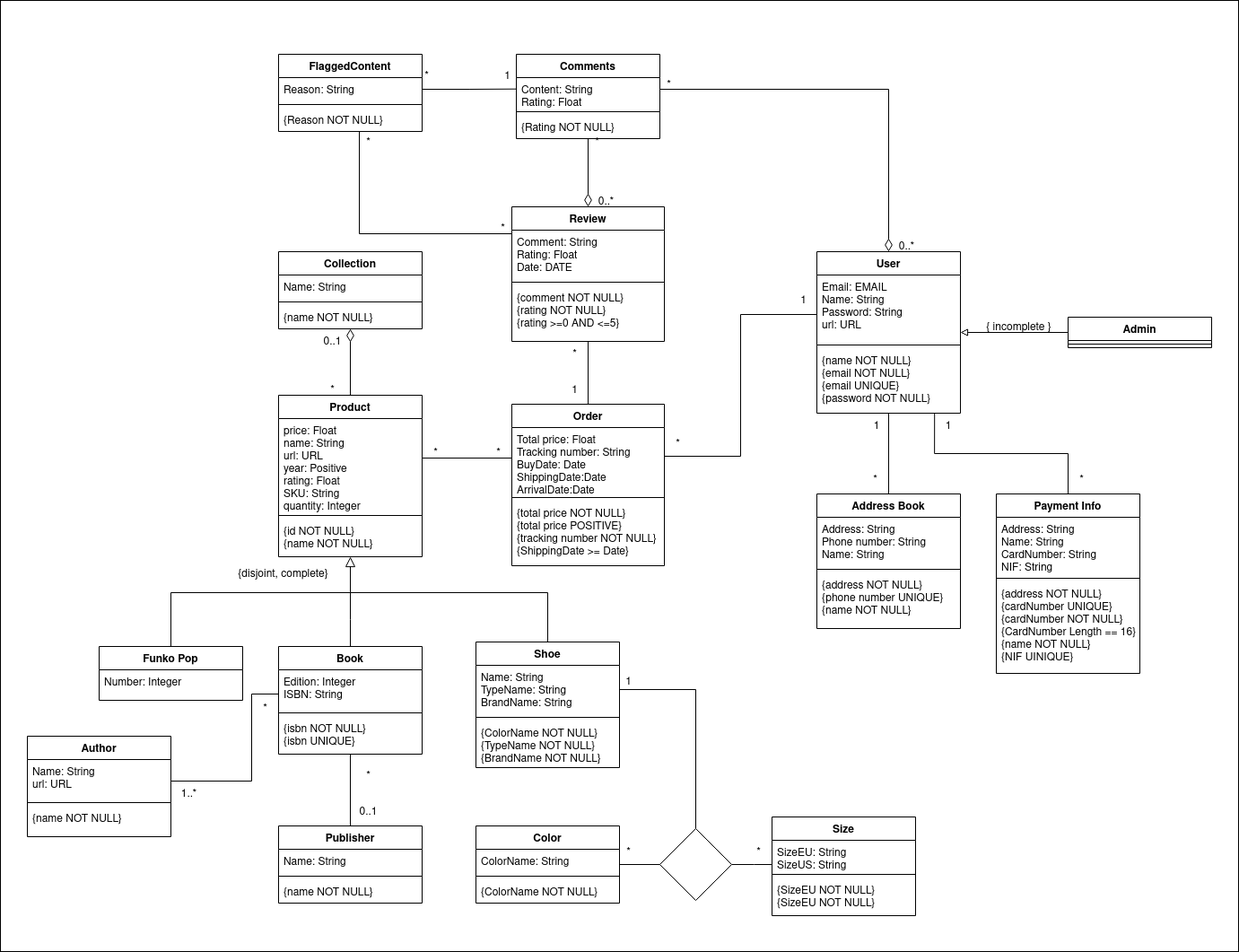
The draw.io diagram Docs/conceptualDiagram.png in ICWeiner/FEUP-LBAW, before a commit. Source tidied: cells renumbered, new cells last; positions are measured from the earlier drawing's top-left corner, leaving out a move shared by most shapes.
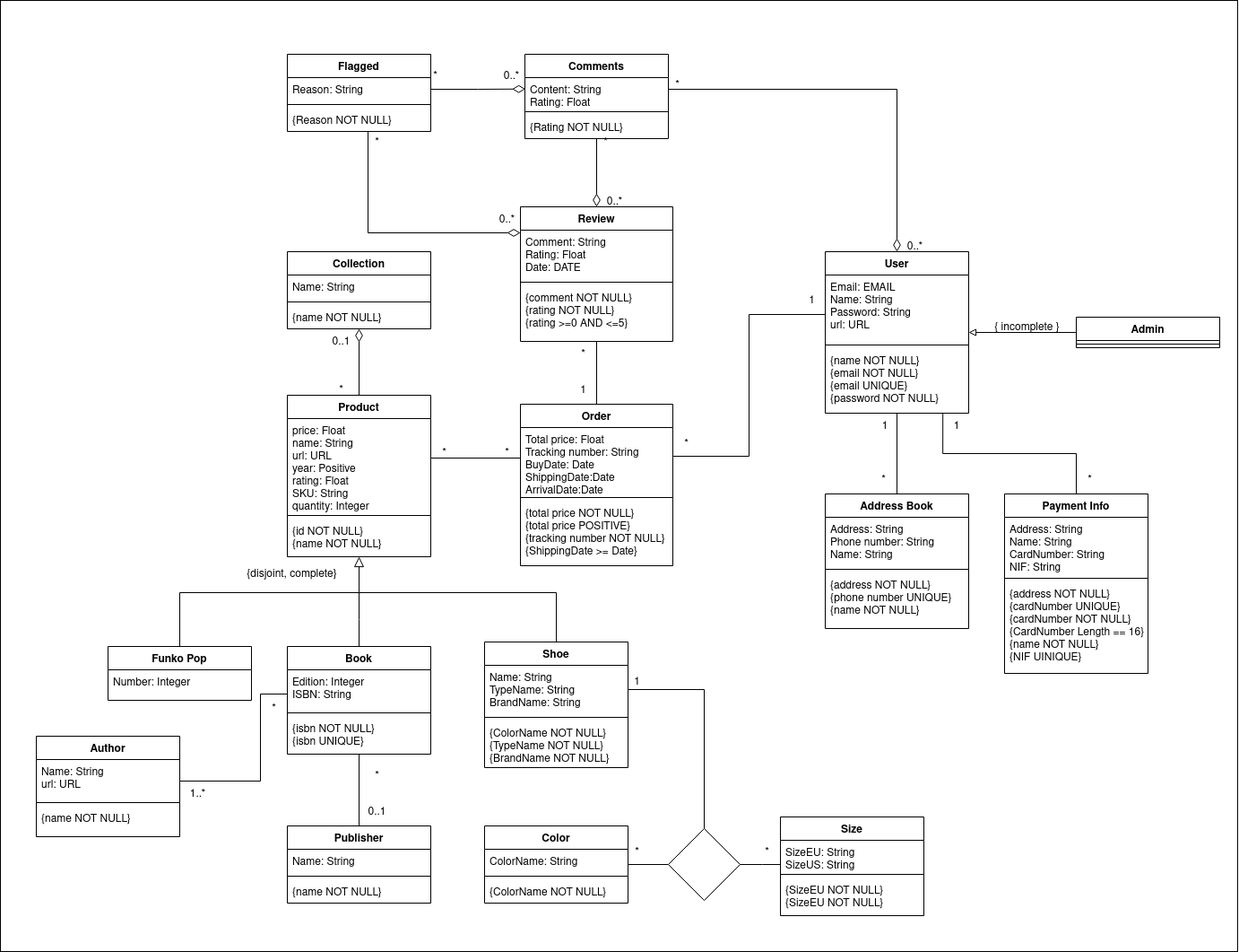
After the commit.

Change to the diagram source:
```diff
@@ -3,7 +3,7 @@
     <mxCell id="0" />
     <mxCell id="1" parent="0" />
     <mxCell id="2" style="rounded=0;whiteSpace=wrap;html=1;" parent="1" vertex="1">
-      <mxGeometry width="1380" height="1060" as="geometry" />
+      <mxGeometry x="-10" width="1380" height="1060" as="geometry" />
     </mxCell>
     <mxCell id="3" style="edgeStyle=orthogonalEdgeStyle;rounded=0;jettySize=auto;html=1;endArrow=diamondThin;endFill=0;entryX=0.5;entryY=1;entryDx=0;entryDy=0;targetPerimeterSpacing=0;strokeWidth=1;endSize=12;" parent="1" edge="1" source="4" target="24">
       <mxGeometry relative="1" as="geometry" />
@@ -355,15 +355,15 @@
     <mxCell id="105" value="{ incomplete }" style="text;html=1;align=center;verticalAlign=middle;strokeColor=none;fillColor=none;" parent="1" vertex="1">
       <mxGeometry x="1085" y="350" width="100" height="30" as="geometry" />
     </mxCell>
-    <mxCell id="106" style="edgeStyle=orthogonalEdgeStyle;rounded=0;jettySize=auto;html=1;entryX=0;entryY=0.5;entryDx=0;entryDy=0;strokeWidth=1;startArrow=none;startFill=0;endArrow=none;endFill=0;startSize=12;endSize=12;" parent="1" edge="1" source="107" target="61">
+    <mxCell id="106" style="edgeStyle=orthogonalEdgeStyle;rounded=0;jettySize=auto;html=1;strokeWidth=1;startArrow=none;startFill=0;endArrow=diamondThin;endFill=0;startSize=12;endSize=12;" parent="1" edge="1" source="107">
       <mxGeometry relative="1" as="geometry">
+        <mxPoint x="570" y="259" as="targetPoint" />
         <Array as="points">
-          <mxPoint x="400" y="260" />
-          <mxPoint x="570" y="260" />
+          <mxPoint x="400" y="259" />
         </Array>
       </mxGeometry>
     </mxCell>
-    <mxCell id="107" value="FlaggedContent" style="swimlane;fontStyle=1;align=center;verticalAlign=top;horizontal=1;startSize=26;" parent="1" vertex="1">
+    <mxCell id="107" value="Flagged" style="swimlane;fontStyle=1;align=center;verticalAlign=top;horizontal=1;startSize=26;" parent="1" vertex="1">
       <mxGeometry x="310" y="60" width="160" height="86" as="geometry" />
     </mxCell>
     <mxCell id="108" value="Reason: String" style="text;strokeColor=none;fillColor=none;align=left;verticalAlign=top;spacingLeft=4;spacingRight=4;overflow=hidden;points=[[0,0.5],[1,0.5]];portConstraint=eastwest;" parent="107" vertex="1">
@@ -375,20 +375,20 @@
     <mxCell id="110" value="{Reason NOT NULL}" style="text;strokeColor=none;fillColor=none;align=left;verticalAlign=top;spacingLeft=4;spacingRight=4;overflow=hidden;" parent="107" vertex="1">
       <mxGeometry y="60" width="160" height="26" as="geometry" />
     </mxCell>
-    <mxCell id="111" style="edgeStyle=orthogonalEdgeStyle;rounded=0;jettySize=auto;html=1;strokeWidth=1;startArrow=none;startFill=0;endArrow=none;endFill=0;startSize=12;endSize=12;entryX=0.004;entryY=0.373;entryDx=0;entryDy=0;entryPerimeter=0;" parent="1" edge="1" source="108" target="100">
+    <mxCell id="111" style="edgeStyle=orthogonalEdgeStyle;rounded=0;jettySize=auto;html=1;strokeWidth=1;startArrow=none;startFill=0;endArrow=diamondThin;endFill=0;startSize=12;endSize=12;entryX=0.004;entryY=0.373;entryDx=0;entryDy=0;entryPerimeter=0;" parent="1" edge="1" source="108" target="100">
       <mxGeometry relative="1" as="geometry" />
     </mxCell>
     <mxCell id="112" value="*" style="text;html=1;align=center;verticalAlign=middle;strokeColor=none;fillColor=none;" parent="1" vertex="1">
       <mxGeometry x="460" y="70" width="30" height="30" as="geometry" />
     </mxCell>
-    <mxCell id="113" value="1" style="text;html=1;align=center;verticalAlign=middle;strokeColor=none;fillColor=none;" parent="1" vertex="1">
-      <mxGeometry x="550" y="70" width="30" height="30" as="geometry" />
-    </mxCell>
     <mxCell id="114" value="*" style="text;html=1;align=center;verticalAlign=middle;strokeColor=none;fillColor=none;" parent="1" vertex="1">
       <mxGeometry x="395" y="144" width="30" height="30" as="geometry" />
     </mxCell>
-    <mxCell id="115" value="*" style="text;html=1;align=center;verticalAlign=middle;strokeColor=none;fillColor=none;" parent="1" vertex="1">
-      <mxGeometry x="545" y="240" width="30" height="30" as="geometry" />
-    </mxCell>
+    <mxCell id="116" value="&lt;div&gt;0..*&lt;/div&gt;" style="text;html=1;align=center;verticalAlign=middle;strokeColor=none;fillColor=none;" parent="1" vertex="1">
+      <mxGeometry x="535" y="230" width="40" height="30" as="geometry" />
+    </mxCell>
+    <mxCell id="117" value="&lt;div&gt;0..*&lt;/div&gt;" style="text;html=1;align=center;verticalAlign=middle;strokeColor=none;fillColor=none;" parent="1" vertex="1">
+      <mxGeometry x="540" y="70" width="40" height="30" as="geometry" />
+    </mxCell>
   </root>
 </mxGraphModel>
```
